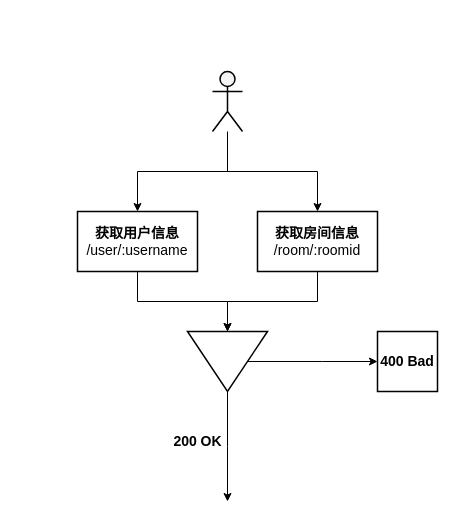
Above: page "接口缓存" (1 of 2) of 阿里天池.drawio in ThinkingXuan/draw (draw.io), before the change. Source tidied: cells renumbered, new cells numbered last; positions are measured from the earlier drawing's top-left corner, leaving out a move shared by most shapes. Both pictures are drawn from the tidied source at 100%, with x=0, y=0 at pixel (77, 71).
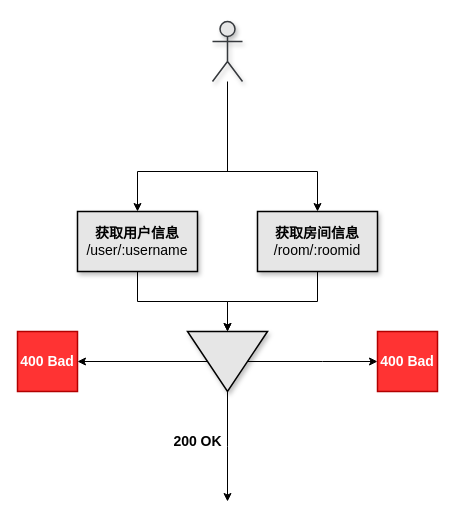
Above is the later version.

Diff of the diagram source:
```diff
@@
-    <mxCell id="3" value="&lt;font style=&quot;font-size: 14px&quot;&gt;&lt;b&gt;获取用户信息&lt;br&gt;&lt;/b&gt;/user/:username&lt;/font&gt;" style="rounded=0;whiteSpace=wrap;html=1;strokeWidth=1.5;" parent="1" vertex="1">
+    <mxCell id="3" value="&lt;font style=&quot;font-size: 14px&quot;&gt;&lt;b&gt;获取用户信息&lt;br&gt;&lt;/b&gt;/user/:username&lt;/font&gt;" style="rounded=0;whiteSpace=wrap;html=1;strokeWidth=1.5;shadow=1;fillColor=#e6e6e6;" parent="1" vertex="1">
       <mxGeometry y="140" width="120" height="60" as="geometry" />
     </mxCell>
@@
-    <mxCell id="5" value="&lt;font style=&quot;font-size: 14px&quot;&gt;&lt;b&gt;获取房间信息&lt;br&gt;&lt;/b&gt;/room/:roomid&lt;/font&gt;" style="rounded=0;whiteSpace=wrap;html=1;strokeWidth=1.5;" parent="1" vertex="1">
+    <mxCell id="5" value="&lt;font style=&quot;font-size: 14px&quot;&gt;&lt;b&gt;获取房间信息&lt;br&gt;&lt;/b&gt;/room/:roomid&lt;/font&gt;" style="rounded=0;whiteSpace=wrap;html=1;strokeWidth=1.5;fillColor=#e6e6e6;shadow=1;sketch=0;glass=0;" parent="1" vertex="1">
       <mxGeometry x="180" y="140" width="120" height="60" as="geometry" />
     </mxCell>
@@
-    <mxCell id="8" style="triangle;whiteSpace=wrap;html=1;fontSize=14;strokeWidth=1.5;rotation=90;direction=east;" parent="1" vertex="1">
+    <mxCell id="8" style="triangle;whiteSpace=wrap;html=1;fontSize=14;strokeWidth=1.5;rotation=90;direction=east;shadow=1;fillColor=#E6E6E6;" parent="1" vertex="1">
       <mxGeometry x="120" y="250" width="60" height="80" as="geometry" />
     </mxCell>
@@
-    <mxCell id="12" style="shape=umlActor;verticalLabelPosition=bottom;verticalAlign=top;html=1;outlineConnect=0;fontSize=14;strokeColor=#000000;strokeWidth=1.5;fillColor=#f5f5f5;fontColor=#333333;" parent="1" vertex="1">
-      <mxGeometry x="135" width="30" height="60" as="geometry" />
+    <mxCell id="12" style="shape=umlActor;verticalLabelPosition=bottom;verticalAlign=top;html=1;outlineConnect=0;fontSize=14;strokeColor=#36393d;strokeWidth=1.5;fillColor=#E6E6E6;shadow=1;" parent="1" vertex="1">
+      <mxGeometry x="135" y="-50" width="30" height="60" as="geometry" />
     </mxCell>
-    <mxCell id="13" value="&lt;b&gt;400 Bad&lt;/b&gt;" style="rounded=0;whiteSpace=wrap;html=1;fontSize=14;strokeWidth=1.5;" parent="1" vertex="1">
+    <mxCell id="13" value="&lt;b&gt;400 Bad&lt;/b&gt;" style="rounded=0;whiteSpace=wrap;html=1;fontSize=14;strokeWidth=1.5;fillColor=#FF3333;fontColor=#ffffff;strokeColor=#B20000;" parent="1" vertex="1">
       <mxGeometry x="300" y="260" width="60" height="60" as="geometry" />
     </mxCell>
+    <mxCell id="14" value="&lt;b&gt;400 Bad&lt;/b&gt;" style="rounded=0;whiteSpace=wrap;html=1;fontSize=14;strokeWidth=1.5;fillColor=#FF3333;fontColor=#ffffff;strokeColor=#B20000;" parent="1" vertex="1">
+      <mxGeometry x="-60" y="260" width="60" height="60" as="geometry" />
+    </mxCell>
+    <mxCell id="15" style="edgeStyle=orthogonalEdgeStyle;rounded=0;jettySize=auto;html=1;fontSize=14;entryX=1;entryY=0.5;entryDx=0;entryDy=0;exitX=0.5;exitY=1;exitDx=0;exitDy=0;" parent="1" edge="1" source="8" target="14">
+      <mxGeometry relative="1" as="geometry" />
+    </mxCell>
```
